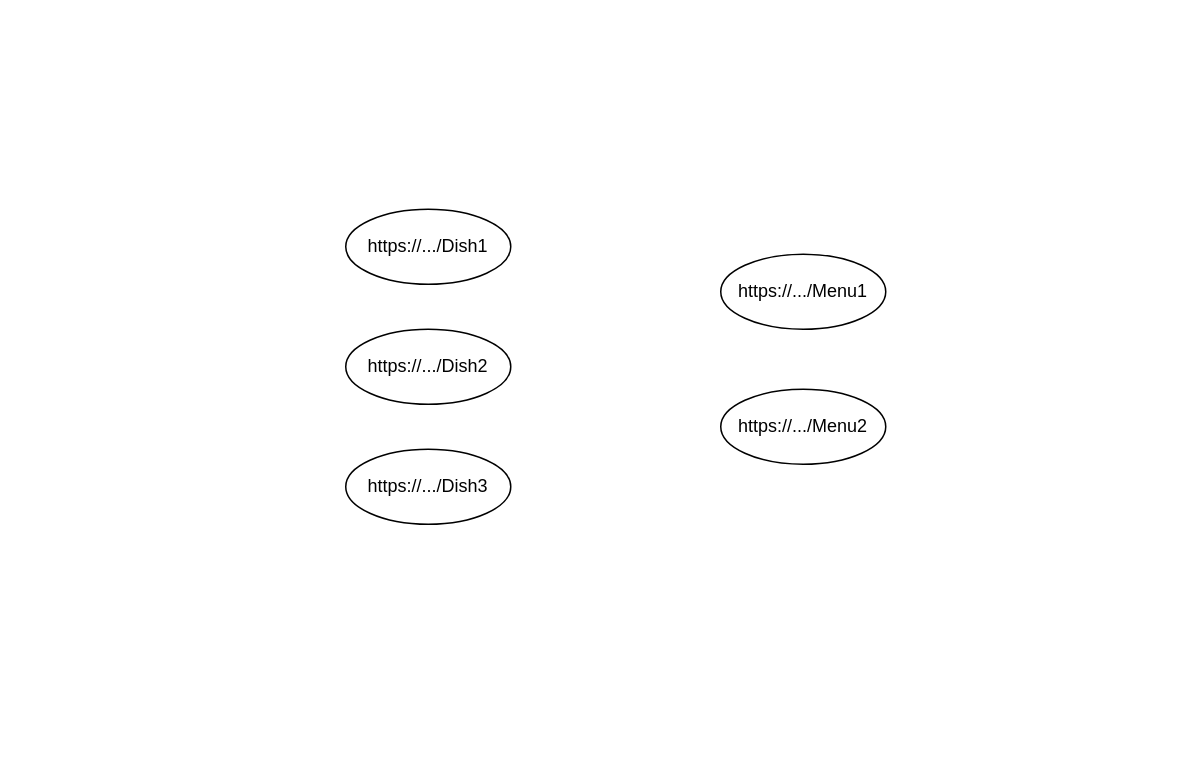
CH-KevinDubois/MAS-RAD-4-WEB-Mini-Projet keeps this draw.io diagram as schema/instanceDishMenu.dio. Above is the earlier version. Source tidied: cells renumbered, new cells numbered last; positions are measured from the earlier drawing's top-left corner, leaving out a move shared by most shapes. Both pictures are drawn from the tidied source at 150%, with x=0, y=0 at pixel (345, 208).
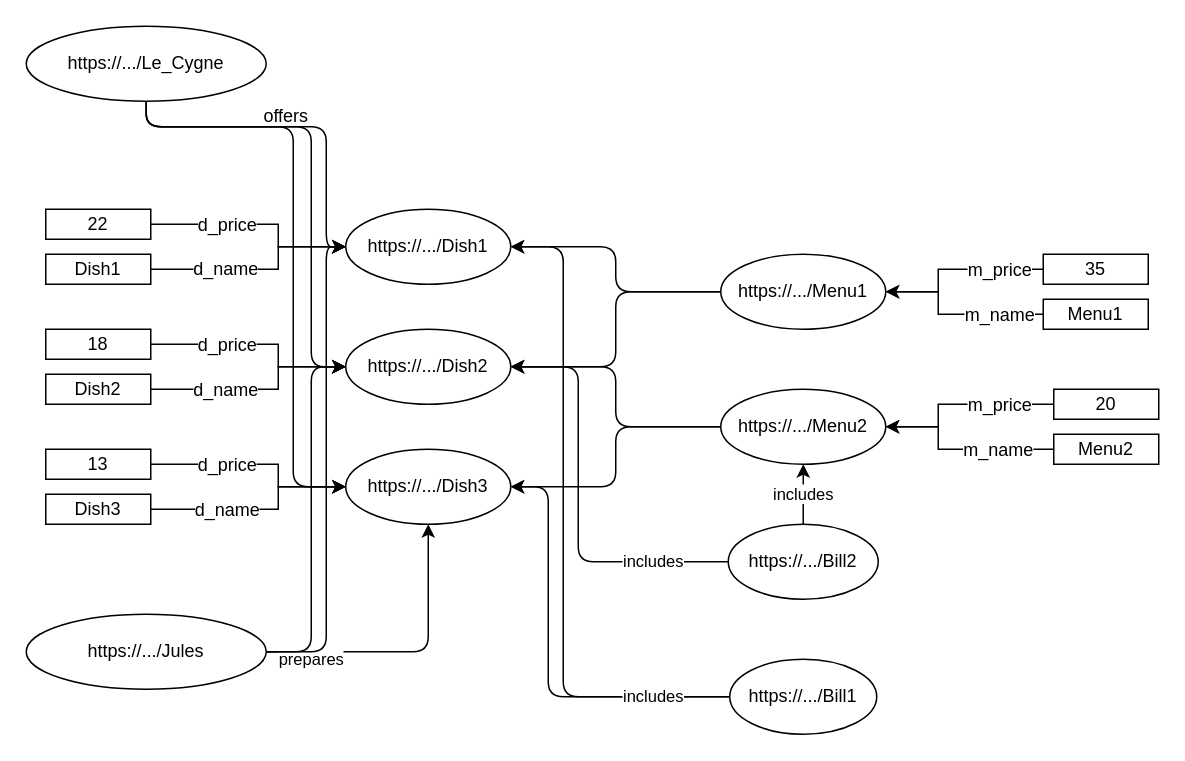
After the change.

Commit message:
Finalisation schéma DishMenu

Unchanged cells that the change refers to:
```xml
<mxCell id="2" value="https://.../Dish1" style="ellipse;whiteSpace=wrap;html=1;" parent="1" vertex="1">
  <mxGeometry width="110" height="50" as="geometry" />
</mxCell>
<mxCell id="3" value="https://.../Dish2" style="ellipse;whiteSpace=wrap;html=1;" parent="1" vertex="1">
  <mxGeometry y="80" width="110" height="50" as="geometry" />
</mxCell>
<mxCell id="4" value="https://.../Dish3" style="ellipse;whiteSpace=wrap;html=1;" parent="1" vertex="1">
  <mxGeometry y="160" width="110" height="50" as="geometry" />
</mxCell>
<mxCell id="5" value="https://.../Menu1" style="ellipse;whiteSpace=wrap;html=1;" parent="1" vertex="1">
  <mxGeometry x="250" y="30" width="110" height="50" as="geometry" />
</mxCell>
<mxCell id="6" value="https://.../Menu2" style="ellipse;whiteSpace=wrap;html=1;" parent="1" vertex="1">
  <mxGeometry x="250" y="120" width="110" height="50" as="geometry" />
</mxCell>
```

What changed in the source:
```diff
@@
+    <mxCell id="7" style="edgeStyle=orthogonalEdgeStyle;rounded=1;jettySize=auto;html=1;" parent="1" edge="1" source="5" target="2">
+      <mxGeometry relative="1" as="geometry" />
+    </mxCell>
+    <mxCell id="8" style="edgeStyle=orthogonalEdgeStyle;rounded=1;jettySize=auto;html=1;entryX=1;entryY=0.5;entryDx=0;entryDy=0;" parent="1" edge="1" source="5" target="3">
+      <mxGeometry relative="1" as="geometry" />
+    </mxCell>
@@
+    <mxCell id="9" style="edgeStyle=orthogonalEdgeStyle;rounded=1;jettySize=auto;html=1;entryX=1;entryY=0.5;entryDx=0;entryDy=0;" parent="1" edge="1" source="6" target="3">
+      <mxGeometry relative="1" as="geometry" />
+    </mxCell>
+    <mxCell id="10" style="edgeStyle=orthogonalEdgeStyle;rounded=1;jettySize=auto;html=1;" parent="1" edge="1" source="6" target="4">
+      <mxGeometry relative="1" as="geometry" />
+    </mxCell>
@@
+    <mxCell id="11" value="includes" style="edgeStyle=orthogonalEdgeStyle;rounded=1;jettySize=auto;html=1;entryX=0.5;entryY=1;entryDx=0;entryDy=0;" parent="1" edge="1" source="13" target="6">
+      <mxGeometry relative="1" as="geometry" />
+    </mxCell>
+    <mxCell id="12" value="includes" style="edgeStyle=orthogonalEdgeStyle;rounded=1;jettySize=auto;html=1;entryX=1;entryY=0.5;entryDx=0;entryDy=0;" parent="1" edge="1" source="13" target="3">
+      <mxGeometry x="-0.64" relative="1" as="geometry">
+        <Array as="points">
+          <mxPoint x="155" y="235" />
+          <mxPoint x="155" y="105" />
+        </Array>
+      </mxGeometry>
+    </mxCell>
+    <mxCell id="13" value="https://.../Bill2" style="ellipse;whiteSpace=wrap;html=1;" parent="1" vertex="1">
+      <mxGeometry x="255" y="210" width="100" height="50" as="geometry" />
+    </mxCell>
+    <mxCell id="14" style="edgeStyle=orthogonalEdgeStyle;rounded=1;jettySize=auto;html=1;entryX=1;entryY=0.5;entryDx=0;entryDy=0;exitX=0;exitY=0.5;exitDx=0;exitDy=0;" parent="1" edge="1" source="16" target="2">
+      <mxGeometry relative="1" as="geometry">
+        <Array as="points">
+          <mxPoint x="145" y="325" />
+          <mxPoint x="145" y="25" />
+        </Array>
+      </mxGeometry>
+    </mxCell>
+    <mxCell id="15" value="includes" style="edgeStyle=orthogonalEdgeStyle;rounded=1;jettySize=auto;html=1;entryX=1;entryY=0.5;entryDx=0;entryDy=0;exitX=0;exitY=0.5;exitDx=0;exitDy=0;" parent="1" edge="1" source="16" target="4">
+      <mxGeometry x="-0.64" relative="1" as="geometry">
+        <Array as="points">
+          <mxPoint x="135" y="325" />
+          <mxPoint x="135" y="185" />
+        </Array>
+      </mxGeometry>
+    </mxCell>
+    <mxCell id="16" value="https://.../Bill1" style="ellipse;whiteSpace=wrap;html=1;" parent="1" vertex="1">
+      <mxGeometry x="256" y="300" width="98" height="50" as="geometry" />
+    </mxCell>
+    <mxCell id="17" style="edgeStyle=orthogonalEdgeStyle;rounded=1;jettySize=auto;html=1;" parent="1" edge="1" source="20" target="2">
+      <mxGeometry relative="1" as="geometry">
+        <Array as="points">
+          <mxPoint x="-133" y="-55" />
+          <mxPoint x="-13" y="-55" />
+          <mxPoint x="-13" y="25" />
+        </Array>
+      </mxGeometry>
+    </mxCell>
+    <mxCell id="18" style="edgeStyle=orthogonalEdgeStyle;rounded=1;jettySize=auto;html=1;entryX=0;entryY=0.5;entryDx=0;entryDy=0;" parent="1" edge="1" source="20" target="3">
+      <mxGeometry relative="1" as="geometry">
+        <Array as="points">
+          <mxPoint x="-133" y="-55" />
+          <mxPoint x="-23" y="-55" />
+          <mxPoint x="-23" y="105" />
+        </Array>
+      </mxGeometry>
+    </mxCell>
+    <mxCell id="19" style="edgeStyle=orthogonalEdgeStyle;rounded=1;jettySize=auto;html=1;entryX=0;entryY=0.5;entryDx=0;entryDy=0;" parent="1" edge="1" source="20" target="4">
+      <mxGeometry relative="1" as="geometry">
+        <Array as="points">
+          <mxPoint x="-35" y="-55" />
+          <mxPoint x="-35" y="185" />
+        </Array>
+      </mxGeometry>
+    </mxCell>
+    <mxCell id="20" value="https://.../Le_Cygne" style="ellipse;whiteSpace=wrap;html=1;" parent="1" vertex="1">
+      <mxGeometry x="-213" y="-122" width="160" height="50" as="geometry" />
+    </mxCell>
+    <mxCell id="21" style="edgeStyle=orthogonalEdgeStyle;rounded=0;jettySize=auto;html=1;" parent="1" edge="1" source="23" target="2">
+      <mxGeometry relative="1" as="geometry">
+        <Array as="points">
+          <mxPoint x="-45" y="10" />
+          <mxPoint x="-45" y="25" />
+        </Array>
+      </mxGeometry>
+    </mxCell>
+    <mxCell id="22" value="&lt;span style=&quot;font-size: 12px&quot;&gt;d_price&lt;/span&gt;" style="edgeLabel;html=1;align=center;verticalAlign=middle;" parent="21" vertex="1">
+      <mxGeometry x="-0.26" y="-2" relative="1" as="geometry">
+        <mxPoint x="-3.3" y="-2" as="offset" />
+      </mxGeometry>
+    </mxCell>
+    <mxCell id="23" value="22" style="rounded=0;whiteSpace=wrap;html=1;" parent="1" vertex="1">
+      <mxGeometry x="-200" width="70" height="20" as="geometry" />
+    </mxCell>
+    <mxCell id="24" value="&lt;span style=&quot;font-size: 12px&quot;&gt;d_name&lt;/span&gt;" style="edgeStyle=orthogonalEdgeStyle;rounded=0;jettySize=auto;html=1;entryX=0;entryY=0.5;entryDx=0;entryDy=0;" parent="1" edge="1" source="25" target="2">
+      <mxGeometry x="-0.31" relative="1" as="geometry">
+        <Array as="points">
+          <mxPoint x="-45" y="40" />
+          <mxPoint x="-45" y="25" />
+        </Array>
+      </mxGeometry>
+    </mxCell>
+    <mxCell id="25" value="Dish1" style="rounded=0;whiteSpace=wrap;html=1;" parent="1" vertex="1">
+      <mxGeometry x="-200" y="30" width="70" height="20" as="geometry" />
+    </mxCell>
+    <mxCell id="26" style="edgeStyle=orthogonalEdgeStyle;rounded=0;jettySize=auto;html=1;entryX=1;entryY=0.5;entryDx=0;entryDy=0;" parent="1" edge="1" source="28" target="5">
+      <mxGeometry relative="1" as="geometry">
+        <Array as="points">
+          <mxPoint x="395" y="40" />
+          <mxPoint x="395" y="55" />
+        </Array>
+      </mxGeometry>
+    </mxCell>
+    <mxCell id="27" value="&lt;span style=&quot;font-size: 12px&quot;&gt;m_price&lt;/span&gt;" style="edgeLabel;html=1;align=center;verticalAlign=middle;" parent="26" vertex="1">
+      <mxGeometry x="0.21" y="47" relative="1" as="geometry">
+        <mxPoint x="-7" y="-2.6" as="offset" />
+      </mxGeometry>
+    </mxCell>
+    <mxCell id="28" value="35" style="rounded=0;whiteSpace=wrap;html=1;" parent="1" vertex="1">
+      <mxGeometry x="465" y="30" width="70" height="20" as="geometry" />
+    </mxCell>
+    <mxCell id="29" style="edgeStyle=orthogonalEdgeStyle;rounded=0;jettySize=auto;html=1;entryX=1;entryY=0.5;entryDx=0;entryDy=0;" parent="1" edge="1" source="31" target="5">
+      <mxGeometry relative="1" as="geometry">
+        <Array as="points">
+          <mxPoint x="395" y="70" />
+          <mxPoint x="395" y="55" />
+        </Array>
+      </mxGeometry>
+    </mxCell>
+    <mxCell id="30" value="&lt;span style=&quot;font-size: 12px&quot;&gt;m_name&lt;/span&gt;" style="edgeLabel;html=1;align=center;verticalAlign=middle;" parent="29" vertex="1">
+      <mxGeometry x="-0.19" relative="1" as="geometry">
+        <mxPoint x="19.1" as="offset" />
+      </mxGeometry>
+    </mxCell>
+    <mxCell id="31" value="Menu1" style="rounded=0;whiteSpace=wrap;html=1;" parent="1" vertex="1">
+      <mxGeometry x="465" y="60" width="70" height="20" as="geometry" />
+    </mxCell>
+    <mxCell id="32" style="edgeStyle=orthogonalEdgeStyle;rounded=0;jettySize=auto;html=1;entryX=0;entryY=0.5;entryDx=0;entryDy=0;" parent="1" edge="1" source="34" target="3">
+      <mxGeometry relative="1" as="geometry">
+        <Array as="points">
+          <mxPoint x="-45" y="90" />
+          <mxPoint x="-45" y="105" />
+        </Array>
+      </mxGeometry>
+    </mxCell>
+    <mxCell id="33" value="&lt;span style=&quot;font-size: 12px&quot;&gt;d_price&lt;/span&gt;" style="edgeLabel;html=1;align=center;verticalAlign=middle;" parent="32" vertex="1">
+      <mxGeometry x="-0.52" y="1" relative="1" as="geometry">
+        <mxPoint x="15.8" y="1" as="offset" />
+      </mxGeometry>
+    </mxCell>
+    <mxCell id="34" value="18" style="rounded=0;whiteSpace=wrap;html=1;" parent="1" vertex="1">
+      <mxGeometry x="-200" y="80" width="70" height="20" as="geometry" />
+    </mxCell>
+    <mxCell id="35" style="edgeStyle=orthogonalEdgeStyle;rounded=0;jettySize=auto;html=1;" parent="1" edge="1" source="37" target="3">
+      <mxGeometry relative="1" as="geometry">
+        <Array as="points">
+          <mxPoint x="-45" y="120" />
+          <mxPoint x="-45" y="105" />
+        </Array>
+      </mxGeometry>
+    </mxCell>
+    <mxCell id="36" value="&lt;span style=&quot;font-size: 12px&quot;&gt;d_name&lt;/span&gt;" style="edgeLabel;html=1;align=center;verticalAlign=middle;" parent="35" vertex="1">
+      <mxGeometry x="-0.25" y="-2" relative="1" as="geometry">
+        <mxPoint x="-4.2" y="-2" as="offset" />
+      </mxGeometry>
+    </mxCell>
+    <mxCell id="37" value="Dish2" style="rounded=0;whiteSpace=wrap;html=1;" parent="1" vertex="1">
+      <mxGeometry x="-200" y="110" width="70" height="20" as="geometry" />
+    </mxCell>
+    <mxCell id="38" style="edgeStyle=orthogonalEdgeStyle;rounded=0;jettySize=auto;html=1;entryX=0;entryY=0.5;entryDx=0;entryDy=0;" parent="1" edge="1" source="40" target="4">
+      <mxGeometry relative="1" as="geometry">
+        <Array as="points">
+          <mxPoint x="-45" y="170" />
+          <mxPoint x="-45" y="185" />
+        </Array>
+      </mxGeometry>
+    </mxCell>
+    <mxCell id="39" value="&lt;span style=&quot;font-size: 12px&quot;&gt;d_price&lt;/span&gt;" style="edgeLabel;html=1;align=center;verticalAlign=middle;" parent="38" vertex="1">
+      <mxGeometry x="-0.5" relative="1" as="geometry">
+        <mxPoint x="14.2" as="offset" />
+      </mxGeometry>
+    </mxCell>
+    <mxCell id="40" value="13" style="rounded=0;whiteSpace=wrap;html=1;" parent="1" vertex="1">
+      <mxGeometry x="-200" y="160" width="70" height="20" as="geometry" />
+    </mxCell>
+    <mxCell id="41" style="edgeStyle=orthogonalEdgeStyle;rounded=0;jettySize=auto;html=1;entryX=0;entryY=0.5;entryDx=0;entryDy=0;" parent="1" edge="1" source="43" target="4">
+      <mxGeometry relative="1" as="geometry">
+        <Array as="points">
+          <mxPoint x="-45" y="200" />
+          <mxPoint x="-45" y="185" />
+        </Array>
+      </mxGeometry>
+    </mxCell>
+    <mxCell id="42" value="&lt;span style=&quot;font-size: 12px&quot;&gt;d_name&lt;/span&gt;" style="edgeLabel;html=1;align=center;verticalAlign=middle;" parent="41" vertex="1">
+      <mxGeometry x="-0.19" y="-1" relative="1" as="geometry">
+        <mxPoint x="-8.3" y="-1" as="offset" />
+      </mxGeometry>
+    </mxCell>
+    <mxCell id="43" value="Dish3" style="rounded=0;whiteSpace=wrap;html=1;" parent="1" vertex="1">
+      <mxGeometry x="-200" y="190" width="70" height="20" as="geometry" />
+    </mxCell>
+    <mxCell id="44" style="edgeStyle=orthogonalEdgeStyle;rounded=0;jettySize=auto;html=1;" parent="1" edge="1" source="46" target="6">
+      <mxGeometry relative="1" as="geometry">
+        <Array as="points">
+          <mxPoint x="395" y="130" />
+          <mxPoint x="395" y="145" />
+        </Array>
+      </mxGeometry>
+    </mxCell>
+    <mxCell id="45" value="&lt;span style=&quot;font-size: 12px&quot;&gt;m_price&lt;/span&gt;" style="edgeLabel;html=1;align=center;verticalAlign=middle;" parent="44" vertex="1">
+      <mxGeometry x="-0.27" relative="1" as="geometry">
+        <mxPoint x="9.3" as="offset" />
+      </mxGeometry>
+    </mxCell>
+    <mxCell id="46" value="20" style="rounded=0;whiteSpace=wrap;html=1;" parent="1" vertex="1">
+      <mxGeometry x="472" y="120" width="70" height="20" as="geometry" />
+    </mxCell>
+    <mxCell id="47" style="edgeStyle=orthogonalEdgeStyle;rounded=0;jettySize=auto;html=1;entryX=1;entryY=0.5;entryDx=0;entryDy=0;" parent="1" edge="1" source="49" target="6">
+      <mxGeometry relative="1" as="geometry">
+        <Array as="points">
+          <mxPoint x="395" y="160" />
+          <mxPoint x="395" y="145" />
+        </Array>
+      </mxGeometry>
+    </mxCell>
+    <mxCell id="48" value="&lt;span style=&quot;font-size: 12px&quot;&gt;m_name&lt;/span&gt;" style="edgeLabel;html=1;align=center;verticalAlign=middle;" parent="47" vertex="1">
+      <mxGeometry x="-0.2" y="-3" relative="1" as="geometry">
+        <mxPoint x="13.9" y="3" as="offset" />
+      </mxGeometry>
+    </mxCell>
+    <mxCell id="49" value="Menu2" style="rounded=0;whiteSpace=wrap;html=1;" parent="1" vertex="1">
+      <mxGeometry x="472" y="150" width="70" height="20" as="geometry" />
+    </mxCell>
+    <mxCell id="50" value="offers" style="text;html=1;align=center;verticalAlign=middle;" parent="1" vertex="1">
+      <mxGeometry x="-65" y="-72" width="50" height="20" as="geometry" />
+    </mxCell>
+    <mxCell id="51" value="prepares" style="edgeStyle=orthogonalEdgeStyle;rounded=1;jettySize=auto;html=1;entryX=0.5;entryY=1;entryDx=0;entryDy=0;" parent="1" edge="1" source="54" target="4">
+      <mxGeometry x="-0.69" y="-5" relative="1" as="geometry">
+        <Array as="points">
+          <mxPoint x="55" y="295" />
+        </Array>
+      </mxGeometry>
+    </mxCell>
+    <mxCell id="52" style="edgeStyle=orthogonalEdgeStyle;rounded=1;jettySize=auto;html=1;entryX=0;entryY=0.5;entryDx=0;entryDy=0;" parent="1" edge="1" source="54" target="3">
+      <mxGeometry relative="1" as="geometry">
+        <Array as="points">
+          <mxPoint x="-23" y="295" />
+          <mxPoint x="-23" y="105" />
+        </Array>
+      </mxGeometry>
+    </mxCell>
+    <mxCell id="53" style="edgeStyle=orthogonalEdgeStyle;rounded=1;jettySize=auto;html=1;entryX=0;entryY=0.5;entryDx=0;entryDy=0;" parent="1" edge="1" source="54" target="2">
+      <mxGeometry relative="1" as="geometry">
+        <Array as="points">
+          <mxPoint x="-13" y="295" />
+          <mxPoint x="-13" y="25" />
+        </Array>
+      </mxGeometry>
+    </mxCell>
+    <mxCell id="54" value="https://.../Jules" style="ellipse;whiteSpace=wrap;html=1;" parent="1" vertex="1">
+      <mxGeometry x="-213" y="270" width="160" height="50" as="geometry" />
+    </mxCell>
```
